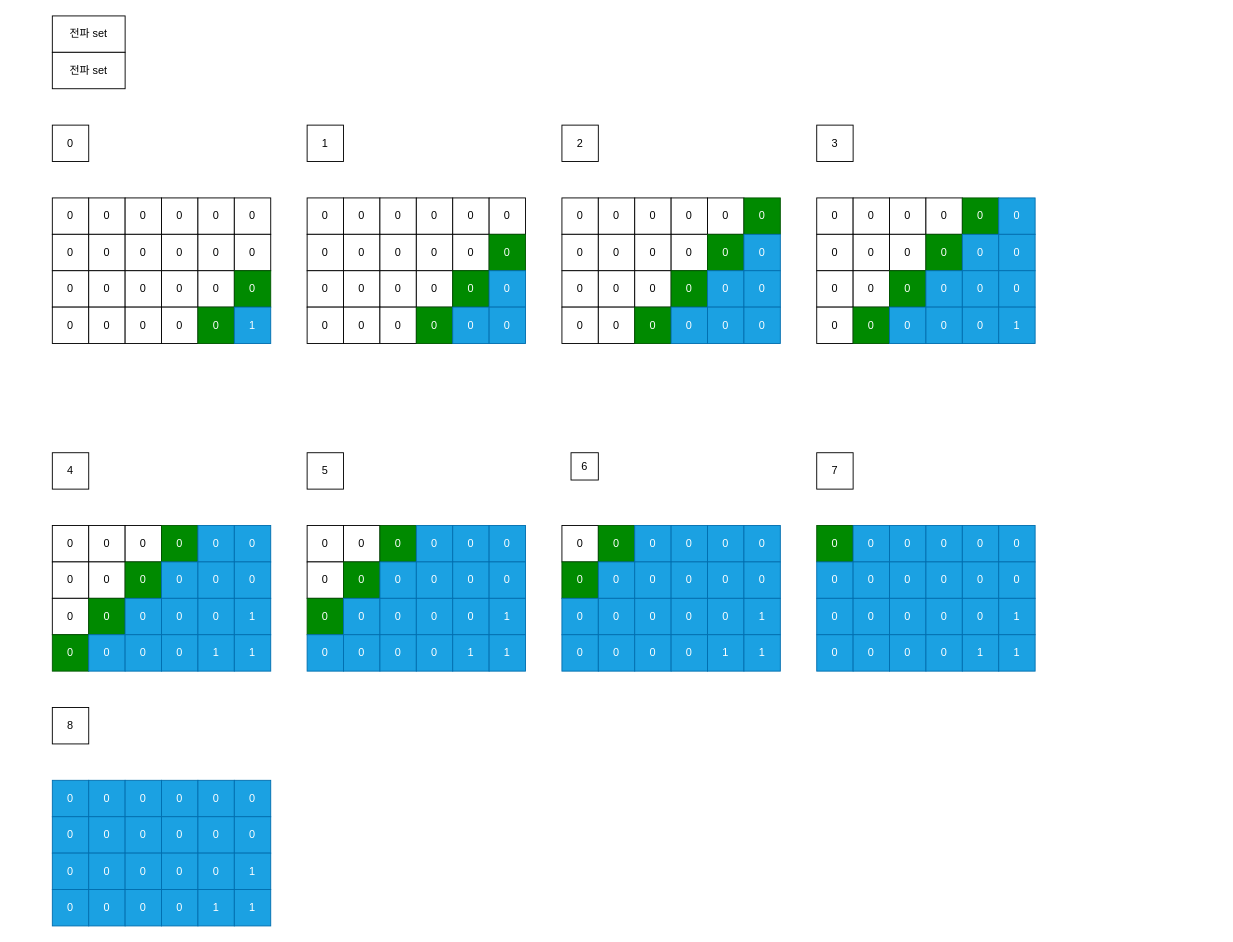
Before: CLASS/CLASS 3/7576 토마토/7576.drawio in TaegyuHan/BackJoon_C, a draw.io diagram. Source tidied: cells renumbered, new cells numbered last; positions are measured from the earlier drawing's top-left corner, leaving out a move shared by most shapes. Both pictures are drawn from the tidied source at 91%, with x=0, y=0 at pixel (52, 15).
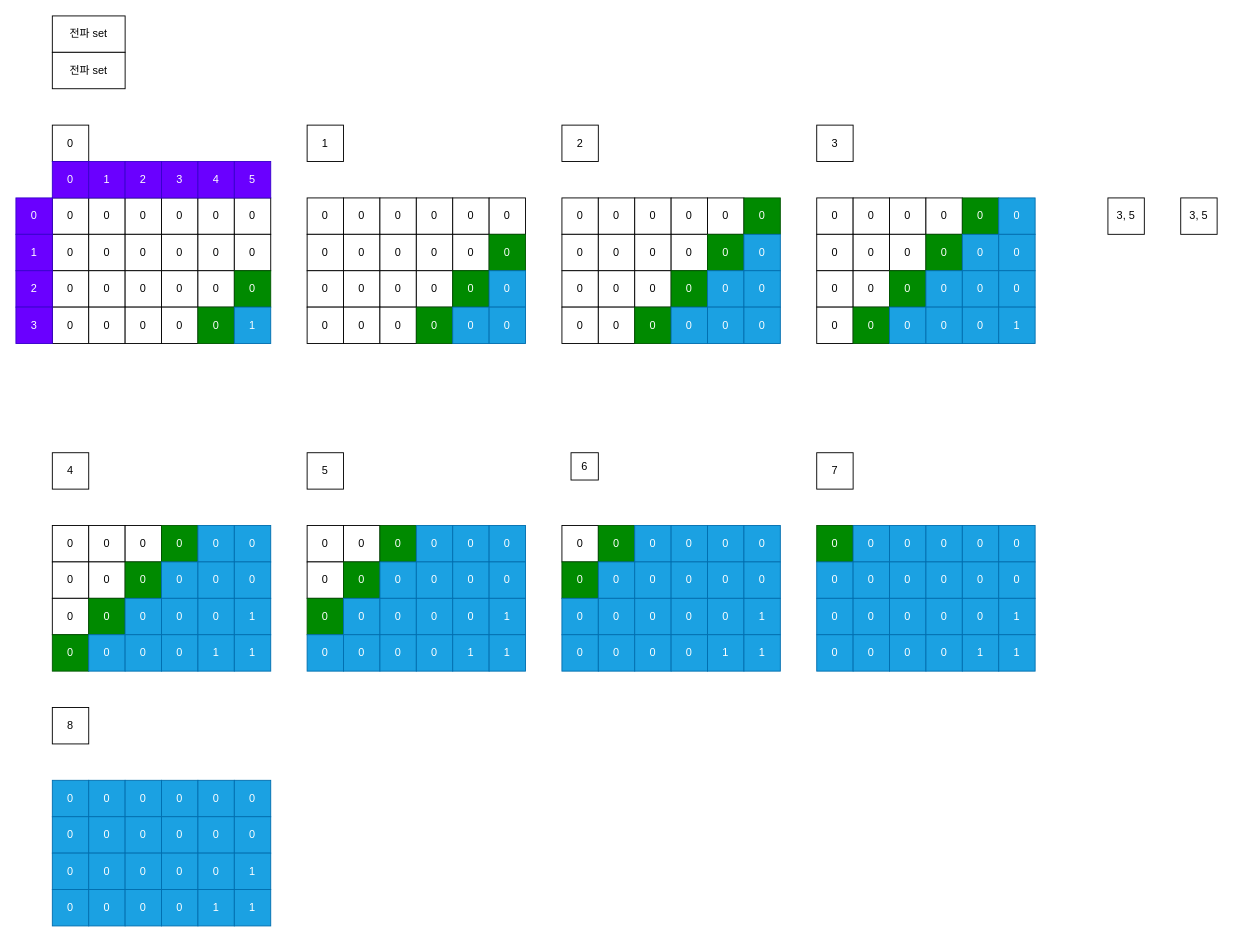
After the change.

Change to the diagram source:
```diff
@@
+    <mxCell id="229" value="0" style="whiteSpace=wrap;html=1;fillColor=#6a00ff;strokeColor=#3700CC;fontColor=#ffffff;" parent="1" vertex="1">
+      <mxGeometry y="160" width="40" height="40" as="geometry" />
+    </mxCell>
+    <mxCell id="230" value="1" style="whiteSpace=wrap;html=1;fillColor=#6a00ff;strokeColor=#3700CC;fontColor=#ffffff;" parent="1" vertex="1">
+      <mxGeometry x="40" y="160" width="40" height="40" as="geometry" />
+    </mxCell>
+    <mxCell id="231" value="2" style="whiteSpace=wrap;html=1;fillColor=#6a00ff;strokeColor=#3700CC;fontColor=#ffffff;" parent="1" vertex="1">
+      <mxGeometry x="80" y="160" width="40" height="40" as="geometry" />
+    </mxCell>
+    <mxCell id="232" value="3" style="whiteSpace=wrap;html=1;fillColor=#6a00ff;strokeColor=#3700CC;fontColor=#ffffff;" parent="1" vertex="1">
+      <mxGeometry x="120" y="160" width="40" height="40" as="geometry" />
+    </mxCell>
+    <mxCell id="233" value="4" style="whiteSpace=wrap;html=1;fillColor=#6a00ff;strokeColor=#3700CC;fontColor=#ffffff;" parent="1" vertex="1">
+      <mxGeometry x="160" y="160" width="40" height="40" as="geometry" />
+    </mxCell>
+    <mxCell id="234" value="5" style="whiteSpace=wrap;html=1;fillColor=#6a00ff;strokeColor=#3700CC;fontColor=#ffffff;" parent="1" vertex="1">
+      <mxGeometry x="200" y="160" width="40" height="40" as="geometry" />
+    </mxCell>
+    <mxCell id="235" value="0" style="whiteSpace=wrap;html=1;fillColor=#6a00ff;strokeColor=#3700CC;fontColor=#ffffff;" parent="1" vertex="1">
+      <mxGeometry x="-40" y="200" width="40" height="40" as="geometry" />
+    </mxCell>
+    <mxCell id="236" value="&lt;span&gt;1&lt;/span&gt;" style="whiteSpace=wrap;html=1;fillColor=#6a00ff;strokeColor=#3700CC;fontColor=#ffffff;" parent="1" vertex="1">
+      <mxGeometry x="-40" y="240" width="40" height="40" as="geometry" />
+    </mxCell>
+    <mxCell id="237" value="2" style="whiteSpace=wrap;html=1;fillColor=#6a00ff;strokeColor=#3700CC;fontColor=#ffffff;" parent="1" vertex="1">
+      <mxGeometry x="-40" y="280" width="40" height="40" as="geometry" />
+    </mxCell>
+    <mxCell id="238" value="3" style="whiteSpace=wrap;html=1;fillColor=#6a00ff;strokeColor=#3700CC;fontColor=#ffffff;" parent="1" vertex="1">
+      <mxGeometry x="-40" y="320" width="40" height="40" as="geometry" />
+    </mxCell>
+    <mxCell id="239" value="3, 5" style="rounded=0;whiteSpace=wrap;html=1;" parent="1" vertex="1">
+      <mxGeometry x="1160" y="200" width="40" height="40" as="geometry" />
+    </mxCell>
+    <mxCell id="240" value="3, 5" style="rounded=0;whiteSpace=wrap;html=1;" parent="1" vertex="1">
+      <mxGeometry x="1240" y="200" width="40" height="40" as="geometry" />
+    </mxCell>
```
